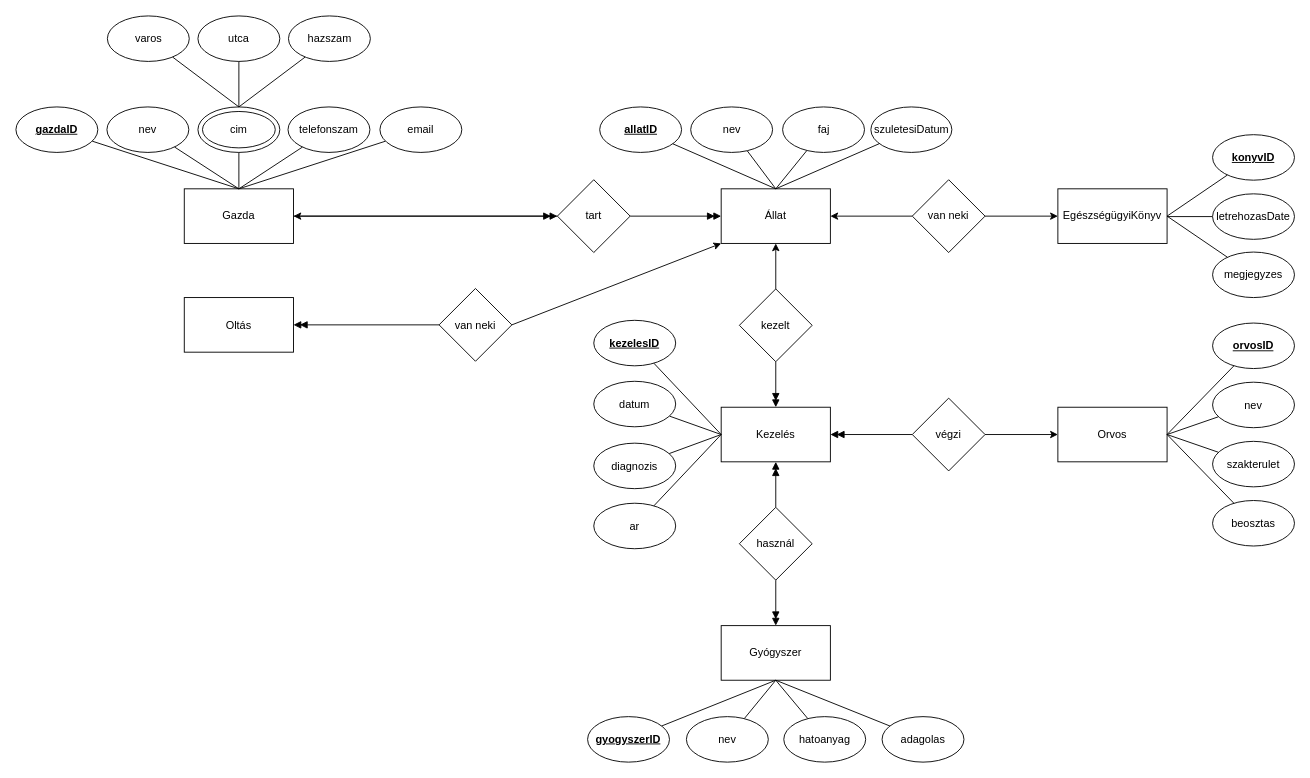
Before: OQH5NH_XMLTask/OQH5NH_ER.drawio in matyas-toth/OQH5NHWebXML, a draw.io diagram. Source tidied: cells renumbered, new cells numbered last; positions are measured from the earlier drawing's top-left corner, leaving out a move shared by most shapes. Both pictures are drawn from the tidied source at 91%, with x=0, y=0 at pixel (15, 15).
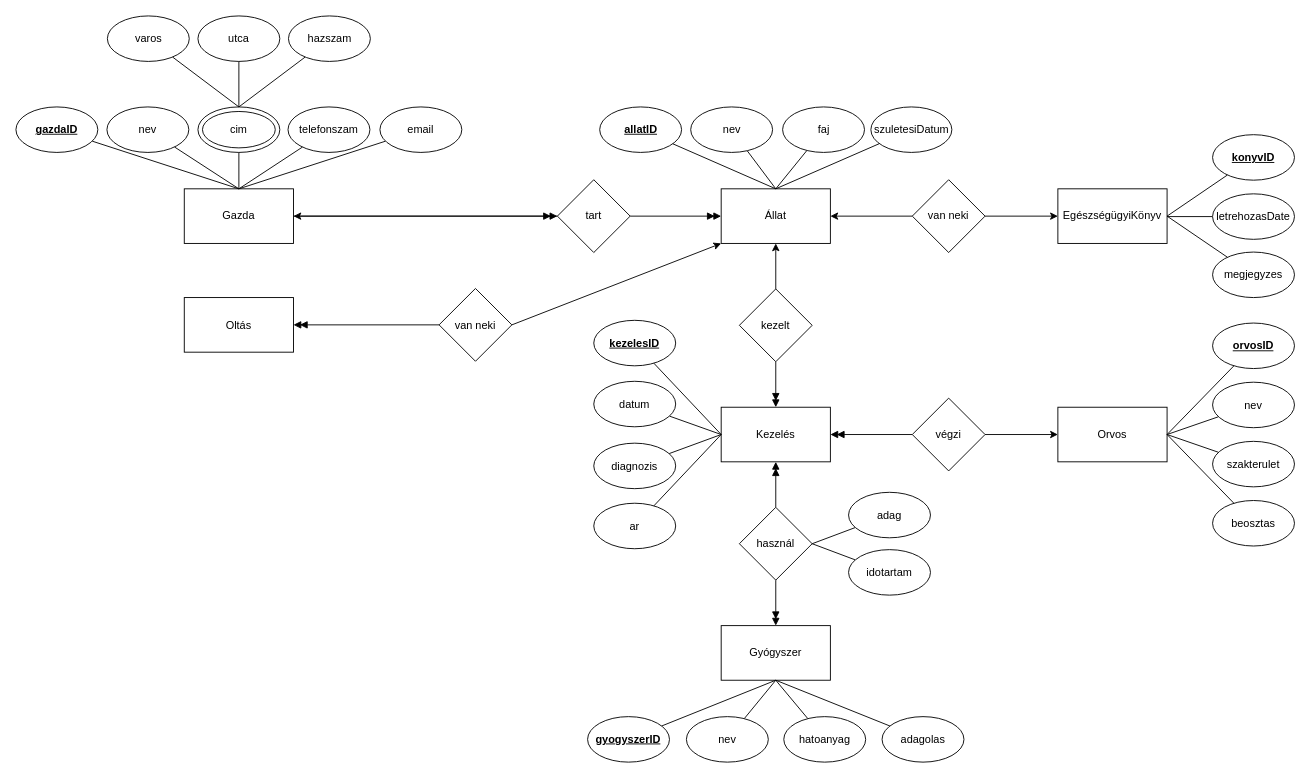
The same diagram, later.

Commit message (it also covers changes not shown here):
feat: er + xdm finish

Unchanged cells that the change refers to:
```xml
<mxCell id="3" value="Gazda" style="rounded=0;whiteSpace=wrap;html=1;" parent="1" vertex="1">
  <mxGeometry x="185" y="190" width="120" height="60" as="geometry" />
</mxCell>
<mxCell id="11" value="tart" style="rhombus;whiteSpace=wrap;html=1;" parent="1" vertex="1">
  <mxGeometry x="595" y="180" width="80" height="80" as="geometry" />
</mxCell>
<mxCell id="17" value="használ" style="rhombus;whiteSpace=wrap;html=1;" parent="1" vertex="1">
  <mxGeometry x="795" y="540" width="80" height="80" as="geometry" />
</mxCell>
```

Diff of the diagram source:
```diff
@@
-    <mxCell id="10" style="edgeStyle=none;html=1;exitX=0;exitY=0.5;exitDx=0;exitDy=0;entryX=1;entryY=0.5;entryDx=0;entryDy=0;" parent="1" edge="1" source="11" target="3">
+    <mxCell id="10" style="edgeStyle=none;html=1;exitX=0;exitY=0.5;exitDx=0;exitDy=0;entryX=1;entryY=0.5;entryDx=0;entryDy=0;endArrow=classic;endFill=1;startSize=6;startArrow=none;startFill=0;" parent="1" edge="1" source="11" target="3">
       <mxGeometry relative="1" as="geometry" />
     </mxCell>
@@
+    <mxCell id="83" style="edgeStyle=none;html=1;entryX=1;entryY=0.5;entryDx=0;entryDy=0;endArrow=none;endFill=0;" parent="1" edge="1" source="84" target="17">
+      <mxGeometry relative="1" as="geometry" />
+    </mxCell>
+    <mxCell id="84" value="adag" style="ellipse;whiteSpace=wrap;html=1;" parent="1" vertex="1">
+      <mxGeometry x="915" y="523.5" width="90" height="50" as="geometry" />
+    </mxCell>
+    <mxCell id="85" style="edgeStyle=none;html=1;endArrow=none;endFill=0;" parent="1" edge="1" source="86">
+      <mxGeometry relative="1" as="geometry">
+        <mxPoint x="875" y="580" as="targetPoint" />
+      </mxGeometry>
+    </mxCell>
+    <mxCell id="86" value="idotartam" style="ellipse;whiteSpace=wrap;html=1;" parent="1" vertex="1">
+      <mxGeometry x="915" y="586.5" width="90" height="50" as="geometry" />
+    </mxCell>
```
